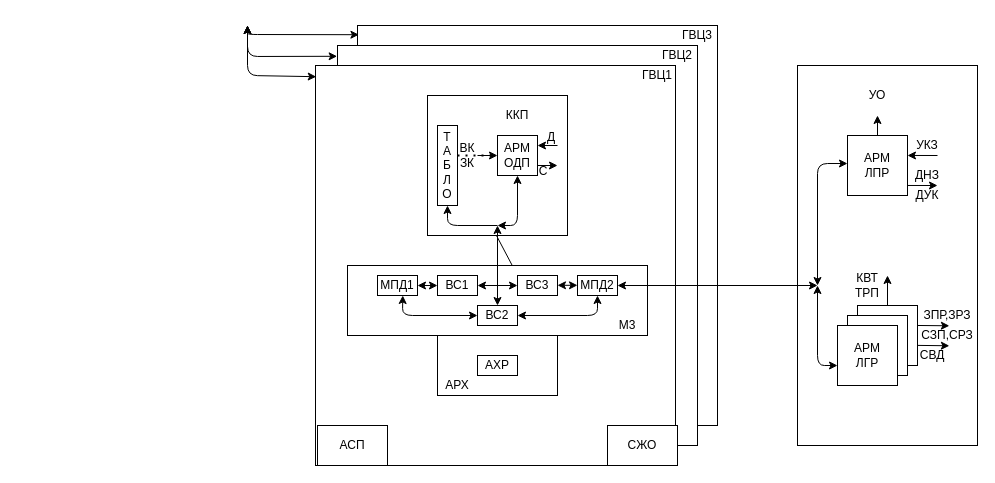
Before: Untitled Diagram.drawio in polina-shimolina/open_image, a draw.io diagram. Source tidied: cells renumbered, new cells numbered last; positions are measured from the earlier drawing's top-left corner, leaving out a move shared by most shapes. Both pictures are drawn from the tidied source at 100%, with x=0, y=0 at pixel (247, 25).
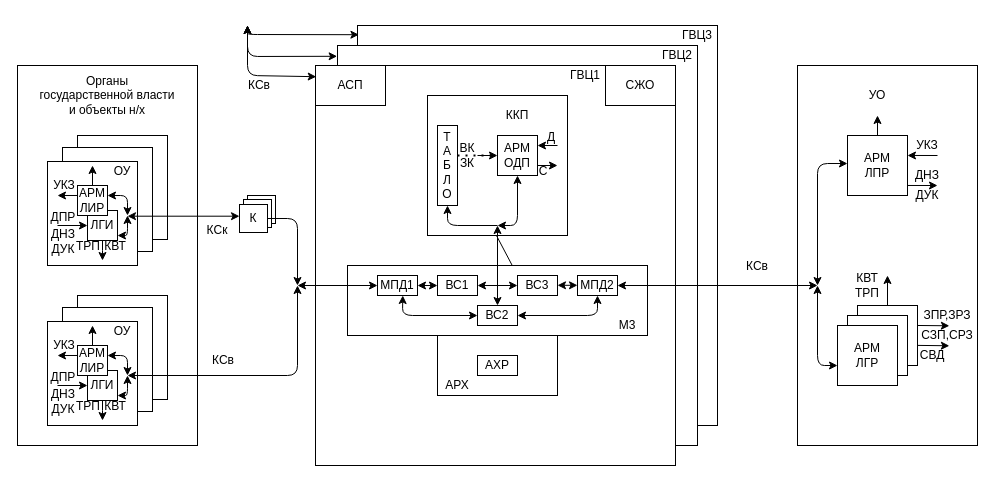
The same page after the edit.

The change refers to these unchanged cells:
```xml
<mxCell id="16" value="МПД1" style="rounded=0;whiteSpace=wrap;html=1;" parent="1" vertex="1">
  <mxGeometry x="130" y="250" width="40" height="20" as="geometry" />
</mxCell>
```

The edit, as a diff of the source:
```diff
@@
     <mxCell id="5" value="ГВЦ1" style="text;html=1;strokeColor=none;fillColor=none;align=center;verticalAlign=middle;whiteSpace=wrap;rounded=0;" parent="1" vertex="1">
-      <mxGeometry x="390" y="40" width="40" height="20" as="geometry" />
+      <mxGeometry x="318" y="40" width="40" height="20" as="geometry" />
     </mxCell>
@@
     <mxCell id="8" value="АСП" style="rounded=0;whiteSpace=wrap;html=1;" parent="1" vertex="1">
-      <mxGeometry x="70" y="400" width="70" height="40" as="geometry" />
+      <mxGeometry x="68" y="40" width="70" height="40" as="geometry" />
     </mxCell>
     <mxCell id="9" value="СЖО" style="rounded=0;whiteSpace=wrap;html=1;" parent="1" vertex="1">
-      <mxGeometry x="360" y="400" width="70" height="40" as="geometry" />
+      <mxGeometry x="358" y="40" width="70" height="40" as="geometry" />
     </mxCell>
@@
+    <mxCell id="65" style="rounded=0;whiteSpace=wrap;html=1;" parent="1" vertex="1">
+      <mxGeometry x="-230" y="40" width="180" height="380" as="geometry" />
+    </mxCell>
+    <mxCell id="66" value="Органы государственной власти и объекты н/х" style="text;html=1;strokeColor=none;fillColor=none;align=center;verticalAlign=middle;whiteSpace=wrap;rounded=0;" parent="1" vertex="1">
+      <mxGeometry x="-210" y="60" width="140" height="20" as="geometry" />
+    </mxCell>
+    <mxCell id="67" style="rounded=0;whiteSpace=wrap;html=1;" parent="1" vertex="1">
+      <mxGeometry x="-170" y="110" width="90" height="104" as="geometry" />
+    </mxCell>
+    <mxCell id="68" style="rounded=0;whiteSpace=wrap;html=1;" parent="1" vertex="1">
+      <mxGeometry x="-185" y="122" width="90" height="104" as="geometry" />
+    </mxCell>
+    <mxCell id="69" style="rounded=0;whiteSpace=wrap;html=1;" parent="1" vertex="1">
+      <mxGeometry x="-200" y="136" width="90" height="104" as="geometry" />
+    </mxCell>
+    <mxCell id="70" value="ЛГИ" style="whiteSpace=wrap;html=1;" parent="1" vertex="1">
+      <mxGeometry x="-160" y="185" width="30" height="30" as="geometry" />
+    </mxCell>
+    <mxCell id="71" value="АРМ&lt;br&gt;ЛИР" style="whiteSpace=wrap;html=1;" parent="1" vertex="1">
+      <mxGeometry x="-170" y="160" width="30" height="30" as="geometry" />
+    </mxCell>
+    <mxCell id="72" style="endArrow=classic;html=1;exitX=0.5;exitY=0;exitDx=0;exitDy=0;exitPerimeter=0;" parent="1" edge="1" source="71">
+      <mxGeometry relative="1" as="geometry">
+        <mxPoint x="-155" y="140" as="targetPoint" />
+      </mxGeometry>
+    </mxCell>
+    <mxCell id="73" style="endArrow=classic;html=1;exitX=0;exitY=0.333;exitDx=0;exitDy=0;exitPerimeter=0;" parent="1" edge="1" source="71">
+      <mxGeometry relative="1" as="geometry">
+        <mxPoint x="-190" y="170" as="targetPoint" />
+      </mxGeometry>
+    </mxCell>
+    <mxCell id="74" style="endArrow=classic;html=1;" parent="1" edge="1">
+      <mxGeometry relative="1" as="geometry">
+        <mxPoint x="-190" y="200" as="sourcePoint" />
+        <mxPoint x="-160" y="200" as="targetPoint" />
+      </mxGeometry>
+    </mxCell>
+    <mxCell id="75" style="endArrow=classic;html=1;exitX=0.5;exitY=0.833;exitDx=0;exitDy=0;exitPerimeter=0;" parent="1" edge="1">
+      <mxGeometry relative="1" as="geometry">
+        <mxPoint x="-145" y="215" as="sourcePoint" />
+        <mxPoint x="-145" y="235" as="targetPoint" />
+        <Array as="points">
+          <mxPoint x="-145" y="235" />
+          <mxPoint x="-145" y="230" />
+        </Array>
+      </mxGeometry>
+    </mxCell>
+    <mxCell id="76" style="endArrow=classic;startArrow=classic;html=1;" parent="1" edge="1">
+      <mxGeometry relative="1" as="geometry">
+        <mxPoint x="-140" y="170" as="sourcePoint" />
+        <mxPoint x="-120" y="190" as="targetPoint" />
+        <Array as="points">
+          <mxPoint x="-120" y="170" />
+        </Array>
+      </mxGeometry>
+    </mxCell>
+    <mxCell id="77" style="endArrow=classic;startArrow=classic;html=1;" parent="1" edge="1">
+      <mxGeometry relative="1" as="geometry">
+        <mxPoint x="-130" y="210" as="sourcePoint" />
+        <mxPoint x="-120" y="190" as="targetPoint" />
+        <Array as="points">
+          <mxPoint x="-120" y="210" />
+        </Array>
+      </mxGeometry>
+    </mxCell>
+    <mxCell id="78" value="УКЗ" style="text;html=1;strokeColor=none;fillColor=none;align=center;verticalAlign=middle;whiteSpace=wrap;rounded=0;" parent="1" vertex="1">
+      <mxGeometry x="-203" y="150" width="40" height="20" as="geometry" />
+    </mxCell>
+    <mxCell id="79" value="ДПР" style="text;html=1;strokeColor=none;fillColor=none;align=center;verticalAlign=middle;whiteSpace=wrap;rounded=0;" parent="1" vertex="1">
+      <mxGeometry x="-204" y="182" width="40" height="20" as="geometry" />
+    </mxCell>
+    <mxCell id="80" value="ДНЗ" style="text;html=1;strokeColor=none;fillColor=none;align=center;verticalAlign=middle;whiteSpace=wrap;rounded=0;" parent="1" vertex="1">
+      <mxGeometry x="-204" y="199" width="40" height="20" as="geometry" />
+    </mxCell>
+    <mxCell id="81" value="ДУК" style="text;html=1;strokeColor=none;fillColor=none;align=center;verticalAlign=middle;whiteSpace=wrap;rounded=0;" parent="1" vertex="1">
+      <mxGeometry x="-204" y="214" width="40" height="20" as="geometry" />
+    </mxCell>
+    <mxCell id="82" value="ТРП" style="text;html=1;strokeColor=none;fillColor=none;align=center;verticalAlign=middle;whiteSpace=wrap;rounded=0;" parent="1" vertex="1">
+      <mxGeometry x="-179" y="211" width="40" height="20" as="geometry" />
+    </mxCell>
+    <mxCell id="83" value="КВТ" style="text;html=1;strokeColor=none;fillColor=none;align=center;verticalAlign=middle;whiteSpace=wrap;rounded=0;" parent="1" vertex="1">
+      <mxGeometry x="-152" y="211" width="40" height="20" as="geometry" />
+    </mxCell>
+    <mxCell id="84" style="endArrow=classic;startArrow=classic;html=1;entryX=0;entryY=0.5;entryDx=0;entryDy=0;entryPerimeter=0;" parent="1" edge="1" target="16">
+      <mxGeometry relative="1" as="geometry">
+        <mxPoint x="50" y="260" as="sourcePoint" />
+      </mxGeometry>
+    </mxCell>
+    <mxCell id="85" style="rounded=0;whiteSpace=wrap;html=1;" parent="1" vertex="1">
+      <mxGeometry x="-170" y="270" width="90" height="104" as="geometry" />
+    </mxCell>
+    <mxCell id="86" style="rounded=0;whiteSpace=wrap;html=1;" parent="1" vertex="1">
+      <mxGeometry x="-185" y="282" width="90" height="104" as="geometry" />
+    </mxCell>
+    <mxCell id="87" style="rounded=0;whiteSpace=wrap;html=1;" parent="1" vertex="1">
+      <mxGeometry x="-200" y="296" width="90" height="104" as="geometry" />
+    </mxCell>
+    <mxCell id="88" value="ЛГИ" style="whiteSpace=wrap;html=1;" parent="1" vertex="1">
+      <mxGeometry x="-160" y="345" width="30" height="30" as="geometry" />
+    </mxCell>
+    <mxCell id="89" value="АРМ&lt;br&gt;ЛИР" style="whiteSpace=wrap;html=1;" parent="1" vertex="1">
+      <mxGeometry x="-170" y="320" width="30" height="30" as="geometry" />
+    </mxCell>
+    <mxCell id="90" style="endArrow=classic;html=1;exitX=0.5;exitY=0;exitDx=0;exitDy=0;exitPerimeter=0;" parent="1" edge="1" source="89">
+      <mxGeometry relative="1" as="geometry">
+        <mxPoint x="-155" y="300" as="targetPoint" />
+      </mxGeometry>
+    </mxCell>
+    <mxCell id="91" style="endArrow=classic;html=1;exitX=0;exitY=0.333;exitDx=0;exitDy=0;exitPerimeter=0;" parent="1" edge="1" source="89">
+      <mxGeometry relative="1" as="geometry">
+        <mxPoint x="-190" y="330" as="targetPoint" />
+      </mxGeometry>
+    </mxCell>
+    <mxCell id="92" style="endArrow=classic;html=1;" parent="1" edge="1">
+      <mxGeometry relative="1" as="geometry">
+        <mxPoint x="-190" y="360" as="sourcePoint" />
+        <mxPoint x="-160" y="360" as="targetPoint" />
+      </mxGeometry>
+    </mxCell>
+    <mxCell id="93" style="endArrow=classic;html=1;exitX=0.5;exitY=0.833;exitDx=0;exitDy=0;exitPerimeter=0;" parent="1" edge="1">
+      <mxGeometry relative="1" as="geometry">
+        <mxPoint x="-145" y="375" as="sourcePoint" />
+        <mxPoint x="-145" y="395" as="targetPoint" />
+        <Array as="points">
+          <mxPoint x="-145" y="395" />
+          <mxPoint x="-145" y="390" />
+        </Array>
+      </mxGeometry>
+    </mxCell>
+    <mxCell id="94" value="УКЗ" style="text;html=1;strokeColor=none;fillColor=none;align=center;verticalAlign=middle;whiteSpace=wrap;rounded=0;" parent="1" vertex="1">
+      <mxGeometry x="-203" y="310" width="40" height="20" as="geometry" />
+    </mxCell>
+    <mxCell id="95" value="ДПР" style="text;html=1;strokeColor=none;fillColor=none;align=center;verticalAlign=middle;whiteSpace=wrap;rounded=0;" parent="1" vertex="1">
+      <mxGeometry x="-204" y="342" width="40" height="20" as="geometry" />
+    </mxCell>
+    <mxCell id="96" value="ДНЗ" style="text;html=1;strokeColor=none;fillColor=none;align=center;verticalAlign=middle;whiteSpace=wrap;rounded=0;" parent="1" vertex="1">
+      <mxGeometry x="-204" y="359" width="40" height="20" as="geometry" />
+    </mxCell>
+    <mxCell id="97" value="ДУК" style="text;html=1;strokeColor=none;fillColor=none;align=center;verticalAlign=middle;whiteSpace=wrap;rounded=0;" parent="1" vertex="1">
+      <mxGeometry x="-204" y="374" width="40" height="20" as="geometry" />
+    </mxCell>
+    <mxCell id="98" value="ТРП" style="text;html=1;strokeColor=none;fillColor=none;align=center;verticalAlign=middle;whiteSpace=wrap;rounded=0;" parent="1" vertex="1">
+      <mxGeometry x="-179" y="371" width="40" height="20" as="geometry" />
+    </mxCell>
+    <mxCell id="99" value="КВТ" style="text;html=1;strokeColor=none;fillColor=none;align=center;verticalAlign=middle;whiteSpace=wrap;rounded=0;" parent="1" vertex="1">
+      <mxGeometry x="-152" y="371" width="40" height="20" as="geometry" />
+    </mxCell>
+    <mxCell id="100" value="ОУ" style="text;html=1;strokeColor=none;fillColor=none;align=center;verticalAlign=middle;whiteSpace=wrap;rounded=0;" parent="1" vertex="1">
+      <mxGeometry x="-145" y="136" width="40" height="20" as="geometry" />
+    </mxCell>
+    <mxCell id="101" value="ОУ" style="text;html=1;strokeColor=none;fillColor=none;align=center;verticalAlign=middle;whiteSpace=wrap;rounded=0;" parent="1" vertex="1">
+      <mxGeometry x="-145" y="296" width="40" height="20" as="geometry" />
+    </mxCell>
+    <mxCell id="102" style="whiteSpace=wrap;html=1;" parent="1" vertex="1">
+      <mxGeometry y="170" width="28" height="28" as="geometry" />
+    </mxCell>
+    <mxCell id="103" style="whiteSpace=wrap;html=1;" parent="1" vertex="1">
+      <mxGeometry x="-4" y="174" width="28" height="28" as="geometry" />
+    </mxCell>
+    <mxCell id="104" value="К" style="whiteSpace=wrap;html=1;" parent="1" vertex="1">
+      <mxGeometry x="-8" y="179" width="28" height="28" as="geometry" />
+    </mxCell>
+    <mxCell id="105" style="endArrow=classic;startArrow=classic;html=1;" parent="1" edge="1">
+      <mxGeometry relative="1" as="geometry">
+        <mxPoint x="-120" y="190.7" as="sourcePoint" />
+        <mxPoint x="-8" y="190.7" as="targetPoint" />
+      </mxGeometry>
+    </mxCell>
+    <mxCell id="106" style="endArrow=classic;startArrow=classic;html=1;" parent="1" edge="1">
+      <mxGeometry relative="1" as="geometry">
+        <mxPoint x="-140" y="330" as="sourcePoint" />
+        <mxPoint x="-120" y="350" as="targetPoint" />
+        <Array as="points">
+          <mxPoint x="-120" y="330" />
+        </Array>
+      </mxGeometry>
+    </mxCell>
+    <mxCell id="107" style="endArrow=classic;startArrow=classic;html=1;" parent="1" edge="1">
+      <mxGeometry relative="1" as="geometry">
+        <mxPoint x="-130" y="370" as="sourcePoint" />
+        <mxPoint x="-120" y="350" as="targetPoint" />
+        <Array as="points">
+          <mxPoint x="-120" y="370" />
+        </Array>
+      </mxGeometry>
+    </mxCell>
+    <mxCell id="108" style="endArrow=classic;html=1;exitX=1;exitY=0.5;exitDx=0;exitDy=0;" parent="1" edge="1" source="104">
+      <mxGeometry relative="1" as="geometry">
+        <mxPoint x="50" y="260" as="targetPoint" />
+        <Array as="points">
+          <mxPoint x="50" y="193" />
+        </Array>
+      </mxGeometry>
+    </mxCell>
+    <mxCell id="109" style="endArrow=classic;startArrow=classic;html=1;" parent="1" edge="1">
+      <mxGeometry relative="1" as="geometry">
+        <mxPoint x="-120" y="350" as="sourcePoint" />
+        <mxPoint x="50" y="260" as="targetPoint" />
+        <Array as="points">
+          <mxPoint x="50" y="350" />
+        </Array>
+      </mxGeometry>
+    </mxCell>
+    <mxCell id="110" value="КСк" style="text;html=1;strokeColor=none;fillColor=none;align=center;verticalAlign=middle;whiteSpace=wrap;rounded=0;" parent="1" vertex="1">
+      <mxGeometry x="-50" y="195" width="40" height="20" as="geometry" />
+    </mxCell>
+    <mxCell id="111" value="КСв" style="text;html=1;strokeColor=none;fillColor=none;align=center;verticalAlign=middle;whiteSpace=wrap;rounded=0;" parent="1" vertex="1">
+      <mxGeometry x="-44" y="325" width="40" height="20" as="geometry" />
+    </mxCell>
+    <mxCell id="112" value="КСв" style="text;html=1;strokeColor=none;fillColor=none;align=center;verticalAlign=middle;whiteSpace=wrap;rounded=0;" parent="1" vertex="1">
+      <mxGeometry x="-8" y="50" width="40" height="20" as="geometry" />
+    </mxCell>
+    <mxCell id="113" value="КСв" style="text;html=1;strokeColor=none;fillColor=none;align=center;verticalAlign=middle;whiteSpace=wrap;rounded=0;" parent="1" vertex="1">
+      <mxGeometry x="490" y="231" width="40" height="20" as="geometry" />
+    </mxCell>
```
